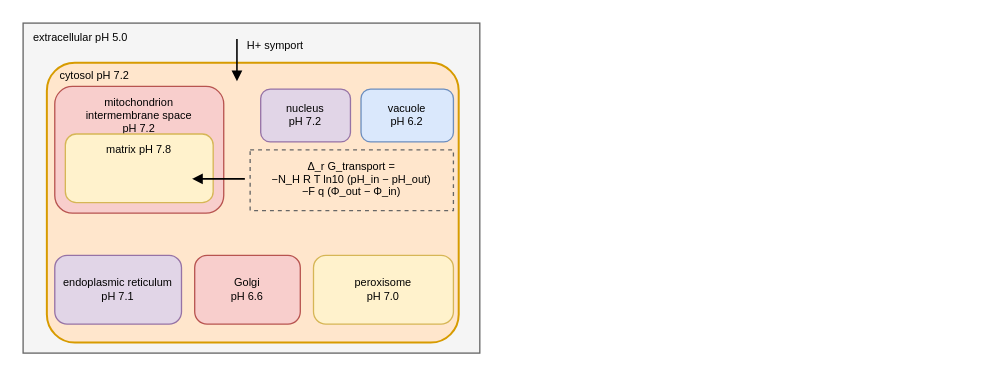
Above: notes/assets/drawio/yeast-compartments-ph.drawio in Mjvolk3/torchcell (draw.io), before the change. Source tidied: cells renumbered, new cells numbered last; positions are measured from the earlier drawing's top-left corner, leaving out a move shared by most shapes. Both pictures are drawn from the tidied source at 132%, with x=0, y=0 at pixel (22, 22).
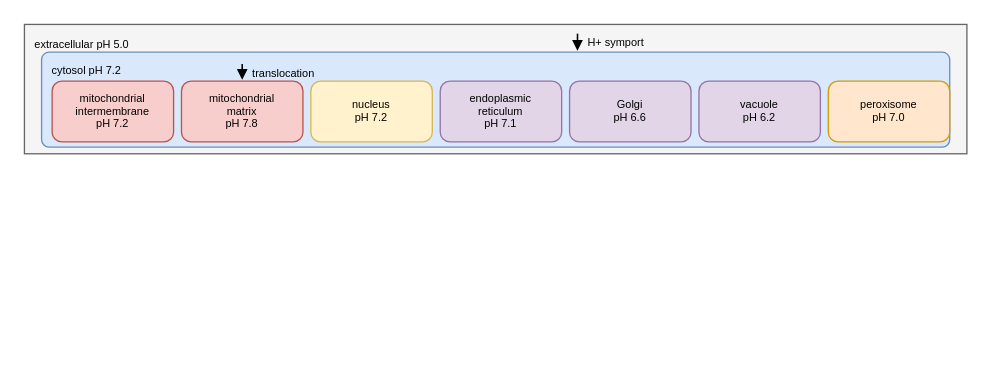
The same diagram, later.

What changed in the source:
```diff
@@
 <mxGraphModel>
   <root>
     <mxCell id="0" />
     <mxCell id="1" parent="0" />
     <mxCell id="2" style="rounded=0;whiteSpace=wrap;html=1;fillColor=#F5F5F5;strokeColor=#666666;strokeWidth=1;fontSize=8.3;fontFamily=Arial;" parent="1" vertex="1">
-      <mxGeometry width="346" height="250" as="geometry" />
+      <mxGeometry x="1" y="1" width="714" height="98" as="geometry" />
     </mxCell>
     <mxCell id="3" value="extracellular pH 5.0" style="text;html=1;align=left;verticalAlign=middle;strokeColor=none;fillColor=none;whiteSpace=wrap;fontSize=8.3;fontFamily=Arial;fontColor=#000000;spacingLeft=0;" parent="1" vertex="1">
-      <mxGeometry x="6" y="4" width="120" height="14" as="geometry" />
+      <mxGeometry x="7" y="9" width="120" height="14" as="geometry" />
     </mxCell>
-    <mxCell id="4" style="rounded=1;arcSize=10;whiteSpace=wrap;html=1;fillColor=#FFE6CC;strokeColor=#D79B00;strokeWidth=1.5;fontSize=8.3;fontFamily=Arial;" parent="1" vertex="1">
-      <mxGeometry x="18" y="30" width="312" height="212" as="geometry" />
+    <mxCell id="4" style="rounded=1;arcSize=8;whiteSpace=wrap;html=1;fillColor=#DAE8FC;strokeColor=#6C8EBF;strokeWidth=1;fontSize=8.3;fontFamily=Arial;" parent="1" vertex="1">
+      <mxGeometry x="14" y="22" width="688" height="72" as="geometry" />
     </mxCell>
     <mxCell id="5" value="cytosol pH 7.2" style="text;html=1;align=left;verticalAlign=middle;strokeColor=none;fillColor=none;whiteSpace=wrap;fontSize=8.3;fontFamily=Arial;fontColor=#000000;" parent="1" vertex="1">
-      <mxGeometry x="26" y="33" width="100" height="14" as="geometry" />
+      <mxGeometry x="20" y="30" width="100" height="12" as="geometry" />
     </mxCell>
-    <mxCell id="6" value="mitochondrion&lt;br&gt;intermembrane space&lt;br&gt;pH 7.2" style="rounded=1;arcSize=14;whiteSpace=wrap;html=1;fillColor=#F8CECC;strokeColor=#B85450;strokeWidth=1;verticalAlign=top;align=center;spacingTop=1;fontSize=8.3;fontFamily=Arial;fontColor=#000000;" parent="1" vertex="1">
-      <mxGeometry x="24" y="48" width="128" height="96" as="geometry" />
-    </mxCell>
+    <mxCell id="17" value="mitochondrial&lt;br&gt;intermembrane&lt;br&gt;pH 7.2" style="rounded=1;arcSize=16;whiteSpace=wrap;html=1;fillColor=#F8CECC;strokeColor=#B85450;strokeWidth=1;verticalAlign=middle;align=center;fontSize=8.3;fontFamily=Arial;fontColor=#000000;" parent="1" vertex="1">
+      <mxGeometry x="22" y="44" width="92" height="46" as="geometry" />
+    </mxCell>
-    <mxCell id="7" value="matrix pH 7.8" style="rounded=1;arcSize=16;whiteSpace=wrap;html=1;fillColor=#FFF2CC;strokeColor=#D6B656;strokeWidth=1;verticalAlign=top;align=center;spacingTop=1;fontSize=8.3;fontFamily=Arial;fontColor=#000000;" parent="1" vertex="1">
-      <mxGeometry x="32" y="84" width="112" height="52" as="geometry" />
+    <mxCell id="7" value="mitochondrial&lt;br&gt;matrix&lt;br&gt;pH 7.8" style="rounded=1;arcSize=16;whiteSpace=wrap;html=1;fillColor=#F8CECC;strokeColor=#B85450;strokeWidth=1;verticalAlign=middle;align=center;fontSize=8.3;fontFamily=Arial;fontColor=#000000;" parent="1" vertex="1">
+      <mxGeometry x="120" y="44" width="92" height="46" as="geometry" />
     </mxCell>
-    <mxCell id="8" value="nucleus&lt;br&gt;pH 7.2" style="rounded=1;arcSize=18;whiteSpace=wrap;html=1;fillColor=#E1D5E7;strokeColor=#9673A6;strokeWidth=1;verticalAlign=middle;align=center;fontSize=8.3;fontFamily=Arial;fontColor=#000000;" parent="1" vertex="1">
-      <mxGeometry x="180" y="50" width="68" height="40" as="geometry" />
+    <mxCell id="8" value="nucleus&lt;br&gt;pH 7.2" style="rounded=1;arcSize=16;whiteSpace=wrap;html=1;fillColor=#FFF2CC;strokeColor=#D6B656;strokeWidth=1;verticalAlign=middle;align=center;fontSize=8.3;fontFamily=Arial;fontColor=#000000;" parent="1" vertex="1">
+      <mxGeometry x="218" y="44" width="92" height="46" as="geometry" />
     </mxCell>
-    <mxCell id="9" value="vacuole&lt;br&gt;pH 6.2" style="rounded=1;arcSize=18;whiteSpace=wrap;html=1;fillColor=#DAE8FC;strokeColor=#6C8EBF;strokeWidth=1;verticalAlign=middle;align=center;fontSize=8.3;fontFamily=Arial;fontColor=#000000;" parent="1" vertex="1">
-      <mxGeometry x="256" y="50" width="70" height="40" as="geometry" />
-    </mxCell>
-    <mxCell id="10" value="&amp;#916;_r G_transport =&lt;br&gt;&amp;#8722;N_H R T ln10 (pH_in &amp;#8722; pH_out)&lt;br&gt;&amp;#8722;F q (&amp;#934;_out &amp;#8722; &amp;#934;_in)" style="rounded=0;whiteSpace=wrap;html=1;dashed=1;dashPattern=3 3;fillColor=none;strokeColor=#666666;strokeWidth=1;verticalAlign=middle;align=center;fontSize=8.3;fontFamily=Arial;fontColor=#000000;" parent="1" vertex="1">
-      <mxGeometry x="172" y="96" width="154" height="46" as="geometry" />
-    </mxCell>
-    <mxCell id="11" value="endoplasmic reticulum&lt;br&gt;pH 7.1" style="rounded=1;arcSize=18;whiteSpace=wrap;html=1;fillColor=#E1D5E7;strokeColor=#9673A6;strokeWidth=1;verticalAlign=middle;align=center;fontSize=8.3;fontFamily=Arial;fontColor=#000000;" parent="1" vertex="1">
-      <mxGeometry x="24" y="176" width="96" height="52" as="geometry" />
+    <mxCell id="11" value="endoplasmic&lt;br&gt;reticulum&lt;br&gt;pH 7.1" style="rounded=1;arcSize=16;whiteSpace=wrap;html=1;fillColor=#E1D5E7;strokeColor=#9673A6;strokeWidth=1;verticalAlign=middle;align=center;fontSize=8.3;fontFamily=Arial;fontColor=#000000;" parent="1" vertex="1">
+      <mxGeometry x="316" y="44" width="92" height="46" as="geometry" />
     </mxCell>
-    <mxCell id="12" value="Golgi&lt;br&gt;pH 6.6" style="rounded=1;arcSize=18;whiteSpace=wrap;html=1;fillColor=#F8CECC;strokeColor=#B85450;strokeWidth=1;verticalAlign=middle;align=center;fontSize=8.3;fontFamily=Arial;fontColor=#000000;" parent="1" vertex="1">
-      <mxGeometry x="130" y="176" width="80" height="52" as="geometry" />
+    <mxCell id="12" value="Golgi&lt;br&gt;pH 6.6" style="rounded=1;arcSize=16;whiteSpace=wrap;html=1;fillColor=#E1D5E7;strokeColor=#9673A6;strokeWidth=1;verticalAlign=middle;align=center;fontSize=8.3;fontFamily=Arial;fontColor=#000000;" parent="1" vertex="1">
+      <mxGeometry x="414" y="44" width="92" height="46" as="geometry" />
     </mxCell>
+    <mxCell id="9" value="vacuole&lt;br&gt;pH 6.2" style="rounded=1;arcSize=16;whiteSpace=wrap;html=1;fillColor=#E1D5E7;strokeColor=#9673A6;strokeWidth=1;verticalAlign=middle;align=center;fontSize=8.3;fontFamily=Arial;fontColor=#000000;" parent="1" vertex="1">
+      <mxGeometry x="512" y="44" width="92" height="46" as="geometry" />
+    </mxCell>
-    <mxCell id="13" value="peroxisome&lt;br&gt;pH 7.0" style="rounded=1;arcSize=18;whiteSpace=wrap;html=1;fillColor=#FFF2CC;strokeColor=#D6B656;strokeWidth=1;verticalAlign=middle;align=center;fontSize=8.3;fontFamily=Arial;fontColor=#000000;" parent="1" vertex="1">
-      <mxGeometry x="220" y="176" width="106" height="52" as="geometry" />
+    <mxCell id="13" value="peroxisome&lt;br&gt;pH 7.0" style="rounded=1;arcSize=16;whiteSpace=wrap;html=1;fillColor=#FFE6CC;strokeColor=#D79B00;strokeWidth=1;verticalAlign=middle;align=center;fontSize=8.3;fontFamily=Arial;fontColor=#000000;" parent="1" vertex="1">
+      <mxGeometry x="610" y="44" width="92" height="46" as="geometry" />
     </mxCell>
     <mxCell id="14" style="endArrow=block;endFill=1;endSize=5;html=1;rounded=0;strokeColor=#000000;strokeWidth=1.2;fontSize=8.3;fontFamily=Arial;" parent="1" edge="1">
       <mxGeometry relative="1" as="geometry">
-        <mxPoint x="162" y="12" as="sourcePoint" />
-        <mxPoint x="162" y="44" as="targetPoint" />
+        <mxPoint x="420" y="8" as="sourcePoint" />
+        <mxPoint x="420" y="21" as="targetPoint" />
       </mxGeometry>
     </mxCell>
     <mxCell id="15" value="H+ symport" style="text;html=1;align=left;verticalAlign=middle;strokeColor=none;fillColor=none;whiteSpace=wrap;fontSize=8.3;fontFamily=Arial;fontColor=#000000;" parent="1" vertex="1">
-      <mxGeometry x="168" y="10" width="80" height="14" as="geometry" />
+      <mxGeometry x="426" y="9" width="80" height="12" as="geometry" />
     </mxCell>
     <mxCell id="16" style="endArrow=block;endFill=1;endSize=5;html=1;rounded=0;strokeColor=#000000;strokeWidth=1.2;fontSize=8.3;fontFamily=Arial;" parent="1" edge="1">
       <mxGeometry relative="1" as="geometry">
-        <mxPoint x="168" y="118" as="sourcePoint" />
-        <mxPoint x="128" y="118" as="targetPoint" />
+        <mxPoint x="166" y="31" as="sourcePoint" />
+        <mxPoint x="166" y="43" as="targetPoint" />
       </mxGeometry>
     </mxCell>
+    <mxCell id="18" value="translocation" style="text;html=1;align=left;verticalAlign=middle;strokeColor=none;fillColor=none;whiteSpace=wrap;fontSize=8.3;fontFamily=Arial;fontColor=#000000;" parent="1" vertex="1">
+      <mxGeometry x="172" y="32" width="80" height="12" as="geometry" />
+    </mxCell>
   </root>
 </mxGraphModel>
```
